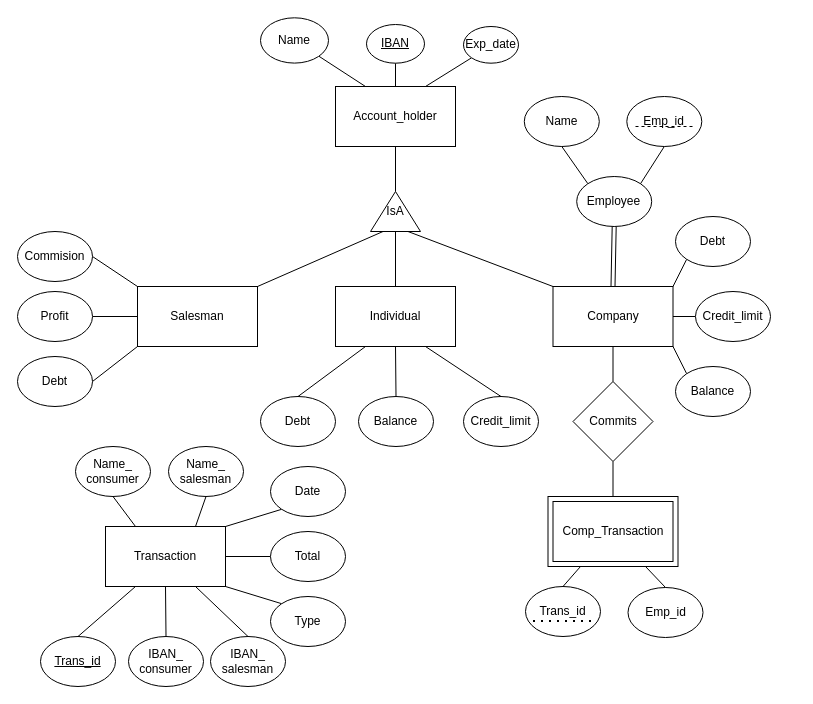
Before: Entity-Relationship Diagram.drawio in NBoumakis/hy360, a draw.io diagram. Source tidied: cells renumbered, new cells numbered last; positions are measured from the earlier drawing's top-left corner, leaving out a move shared by most shapes. Both pictures are drawn from the tidied source at 100%, with x=0, y=0 at pixel (17, 17).
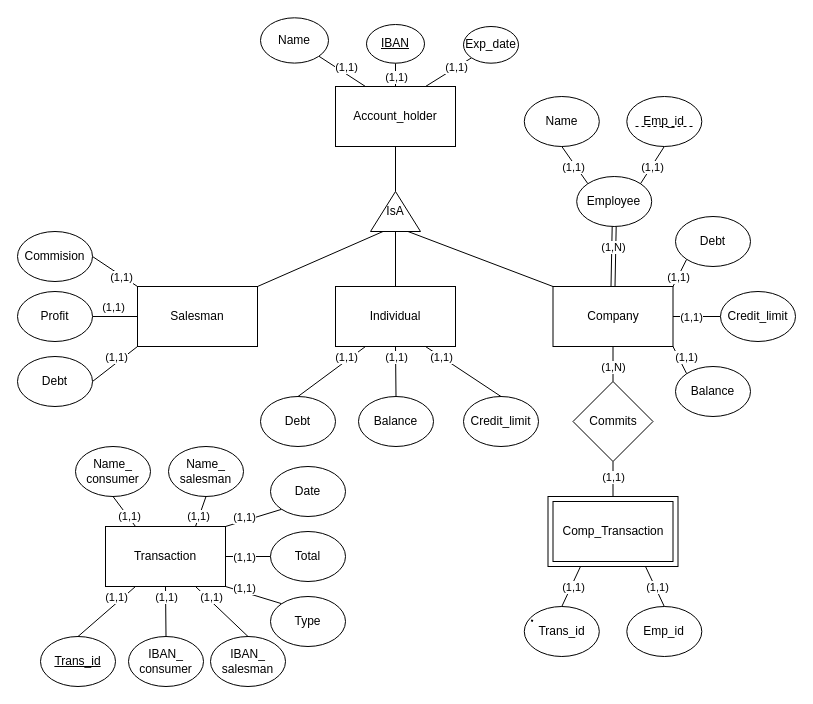
After the change.

Unchanged cells that the change refers to:
```xml
<mxCell id="55" style="edgeStyle=none;rounded=0;jettySize=auto;html=1;exitX=0.5;exitY=1;exitDx=0;exitDy=0;entryX=0.75;entryY=0;entryDx=0;entryDy=0;endArrow=none;endFill=0;" parent="1" edge="1" source="56" target="48">
  <mxGeometry relative="1" as="geometry" />
</mxCell>
<mxCell id="57" style="edgeStyle=none;rounded=0;jettySize=auto;html=1;exitX=0.5;exitY=1;exitDx=0;exitDy=0;entryX=0.25;entryY=0;entryDx=0;entryDy=0;endArrow=none;endFill=0;" parent="1" edge="1" source="58" target="48">
  <mxGeometry relative="1" as="geometry" />
</mxCell>
```

Change to the diagram source:
```diff
@@
     <mxCell id="33" value="Credit_limit" style="ellipse;whiteSpace=wrap;html=1;" parent="1" vertex="1">
-      <mxGeometry x="678" y="274" width="75" height="50" as="geometry" />
+      <mxGeometry x="703" y="274" width="75" height="50" as="geometry" />
     </mxCell>
@@
-    <mxCell id="42" value="Trans_id" style="ellipse;whiteSpace=wrap;html=1;" parent="1" vertex="1">
-      <mxGeometry x="508" y="569" width="75" height="50" as="geometry" />
-    </mxCell>
     <mxCell id="43" value="Emp_id" style="ellipse;whiteSpace=wrap;html=1;" parent="1" vertex="1">
-      <mxGeometry x="610.5" y="570" width="75" height="50" as="geometry" />
+      <mxGeometry x="609.3" y="589" width="75" height="50" as="geometry" />
     </mxCell>
@@
+    <mxCell id="70" value="(1,1)" style="edgeLabel;html=1;align=center;verticalAlign=middle;" parent="55" vertex="1">
+      <mxGeometry x="0.41" relative="1" as="geometry">
+        <mxPoint x="-1" y="-1" as="offset" />
+      </mxGeometry>
+    </mxCell>
@@
+    <mxCell id="71" value="(1,1)" style="edgeLabel;html=1;align=center;verticalAlign=middle;" parent="57" vertex="1">
+      <mxGeometry x="0.11" relative="1" as="geometry">
+        <mxPoint x="3" y="3" as="offset" />
+      </mxGeometry>
+    </mxCell>
@@
-    <mxCell id="65" style="endArrow=none;dashed=1;html=1;dashPattern=1 3;strokeWidth=2;rounded=0;" parent="1" edge="1">
+    <mxCell id="65" style="endArrow=none;dashed=1;html=1;dashPattern=1 3;strokeWidth=2;rounded=0;startArrow=none;" parent="1" edge="1" source="42">
       <mxGeometry relative="1" as="geometry">
-        <mxPoint x="515.5" y="603.5" as="sourcePoint" />
         <mxPoint x="575.5" y="603.5" as="targetPoint" />
       </mxGeometry>
     </mxCell>
@@
+    <mxCell id="72" value="(1,1)" style="edgeLabel;html=1;align=center;verticalAlign=middle;" parent="1" vertex="1">
+      <mxGeometry x="226" y="499" as="geometry" />
+    </mxCell>
+    <mxCell id="73" value="(1,1)" style="edgeLabel;html=1;align=center;verticalAlign=middle;" parent="1" vertex="1">
+      <mxGeometry x="226" y="539" as="geometry" />
+    </mxCell>
+    <mxCell id="74" value="(1,1)" style="edgeLabel;html=1;align=center;verticalAlign=middle;" parent="1" vertex="1">
+      <mxGeometry x="226" y="570" as="geometry" />
+    </mxCell>
+    <mxCell id="75" value="(1,1)" style="edgeLabel;html=1;align=center;verticalAlign=middle;" parent="1" vertex="1">
+      <mxGeometry x="193" y="579" as="geometry" />
+    </mxCell>
+    <mxCell id="76" value="(1,1)" style="edgeLabel;html=1;align=center;verticalAlign=middle;" parent="1" vertex="1">
+      <mxGeometry x="148" y="579" as="geometry" />
+    </mxCell>
+    <mxCell id="77" value="(1,1)" style="edgeLabel;html=1;align=center;verticalAlign=middle;" parent="1" vertex="1">
+      <mxGeometry x="98" y="579" as="geometry" />
+    </mxCell>
+    <mxCell id="78" value="(1,1)" style="edgeLabel;html=1;align=center;verticalAlign=middle;" parent="1" vertex="1">
+      <mxGeometry x="98" y="339" as="geometry" />
+    </mxCell>
+    <mxCell id="79" value="(1,1)" style="edgeLabel;html=1;align=center;verticalAlign=middle;" parent="1" vertex="1">
+      <mxGeometry x="95.5" y="289" as="geometry" />
+    </mxCell>
+    <mxCell id="80" value="(1,1)" style="edgeLabel;html=1;align=center;verticalAlign=middle;" parent="1" vertex="1">
+      <mxGeometry x="103" y="259" as="geometry" />
+    </mxCell>
+    <mxCell id="81" value="(1,1)" style="edgeLabel;html=1;align=center;verticalAlign=middle;" parent="1" vertex="1">
+      <mxGeometry x="328" y="339" as="geometry" />
+    </mxCell>
+    <mxCell id="82" value="(1,1)" style="edgeLabel;html=1;align=center;verticalAlign=middle;" parent="1" vertex="1">
+      <mxGeometry x="378.5" y="339" as="geometry" />
+    </mxCell>
+    <mxCell id="83" value="(1,1)" style="edgeLabel;html=1;align=center;verticalAlign=middle;" parent="1" vertex="1">
+      <mxGeometry x="423" y="339" as="geometry" />
+    </mxCell>
+    <mxCell id="84" value="(1,1)" style="edgeLabel;html=1;align=center;verticalAlign=middle;" parent="1" vertex="1">
+      <mxGeometry x="328" y="49" as="geometry" />
+    </mxCell>
+    <mxCell id="85" value="(1,1)" style="edgeLabel;html=1;align=center;verticalAlign=middle;" parent="1" vertex="1">
+      <mxGeometry x="378.5" y="59" as="geometry" />
+    </mxCell>
+    <mxCell id="86" value="(1,1)" style="edgeLabel;html=1;align=center;verticalAlign=middle;" parent="1" vertex="1">
+      <mxGeometry x="438" y="49" as="geometry" />
+    </mxCell>
+    <mxCell id="87" value="(1,1)" style="edgeLabel;html=1;align=center;verticalAlign=middle;" parent="1" vertex="1">
+      <mxGeometry x="555.5" y="149" as="geometry" />
+    </mxCell>
+    <mxCell id="88" value="(1,1)" style="edgeLabel;html=1;align=center;verticalAlign=middle;" parent="1" vertex="1">
+      <mxGeometry x="634.2" y="149" as="geometry" />
+    </mxCell>
+    <mxCell id="89" value="(1,1)" style="edgeLabel;html=1;align=center;verticalAlign=middle;" parent="1" vertex="1">
+      <mxGeometry x="660.5" y="259" as="geometry" />
+    </mxCell>
+    <mxCell id="90" value="(1,1)" style="edgeLabel;html=1;align=center;verticalAlign=middle;" parent="1" vertex="1">
+      <mxGeometry x="673" y="299" as="geometry" />
+    </mxCell>
+    <mxCell id="91" value="(1,1)" style="edgeLabel;html=1;align=center;verticalAlign=middle;" parent="1" vertex="1">
+      <mxGeometry x="660.5" y="339" as="geometry">
+        <mxPoint x="8" as="offset" />
+      </mxGeometry>
+    </mxCell>
+    <mxCell id="92" value="(1,1)" style="edgeLabel;html=1;align=center;verticalAlign=middle;" parent="1" vertex="1">
+      <mxGeometry x="643" y="564" as="geometry">
+        <mxPoint x="-4" y="5" as="offset" />
+      </mxGeometry>
+    </mxCell>
+    <mxCell id="93" value="(1,1)" style="edgeLabel;html=1;align=center;verticalAlign=middle;" parent="1" vertex="1">
+      <mxGeometry x="555.5" y="569" as="geometry" />
+    </mxCell>
+    <mxCell id="42" value="Trans_id" style="ellipse;whiteSpace=wrap;html=1;" parent="1" vertex="1">
+      <mxGeometry x="506.8" y="589" width="75" height="50" as="geometry" />
+    </mxCell>
+    <mxCell id="94" style="endArrow=none;dashed=1;html=1;dashPattern=1 3;strokeWidth=2;rounded=0;" parent="1" edge="1" target="42">
+      <mxGeometry relative="1" as="geometry">
+        <mxPoint x="515.5" y="603.5" as="sourcePoint" />
+      </mxGeometry>
+    </mxCell>
+    <mxCell id="95" value="(1,Ν)" style="edgeLabel;html=1;align=center;verticalAlign=middle;" parent="1" vertex="1">
+      <mxGeometry x="595.5" y="229" as="geometry" />
+    </mxCell>
+    <mxCell id="96" value="(1,Ν)" style="edgeLabel;html=1;align=center;verticalAlign=middle;" parent="1" vertex="1">
+      <mxGeometry x="595.5" y="349" as="geometry" />
+    </mxCell>
+    <mxCell id="97" value="(1,1)" style="edgeLabel;html=1;align=center;verticalAlign=middle;" parent="1" vertex="1">
+      <mxGeometry x="595.5" y="459" as="geometry" />
+    </mxCell>
```
